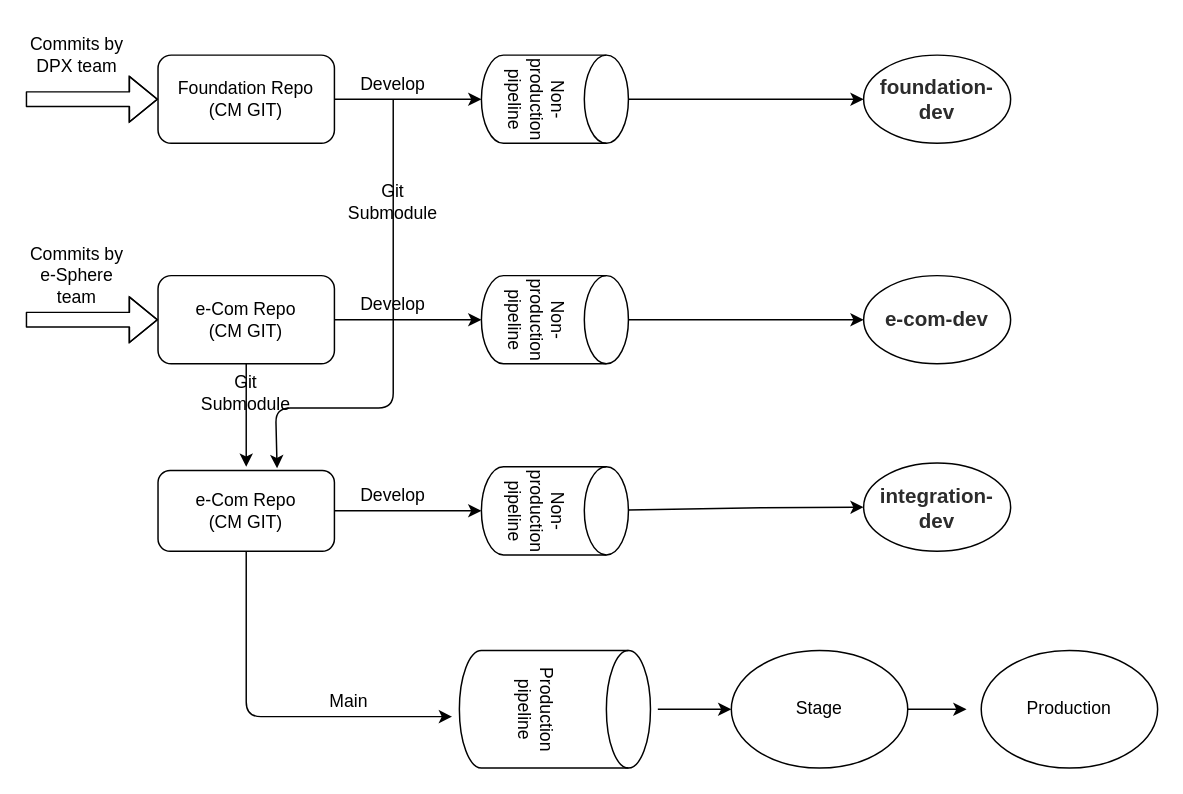
saurabh-khare/event-driven-microservices keeps this draw.io diagram as Untitled Diagram.drawio. Above is the earlier version. Source tidied: cells renumbered, new cells numbered last; positions are measured from the earlier drawing's top-left corner, leaving out a move shared by most shapes. Both pictures are drawn from the tidied source at 147%, with x=0, y=0 at pixel (25, 25).
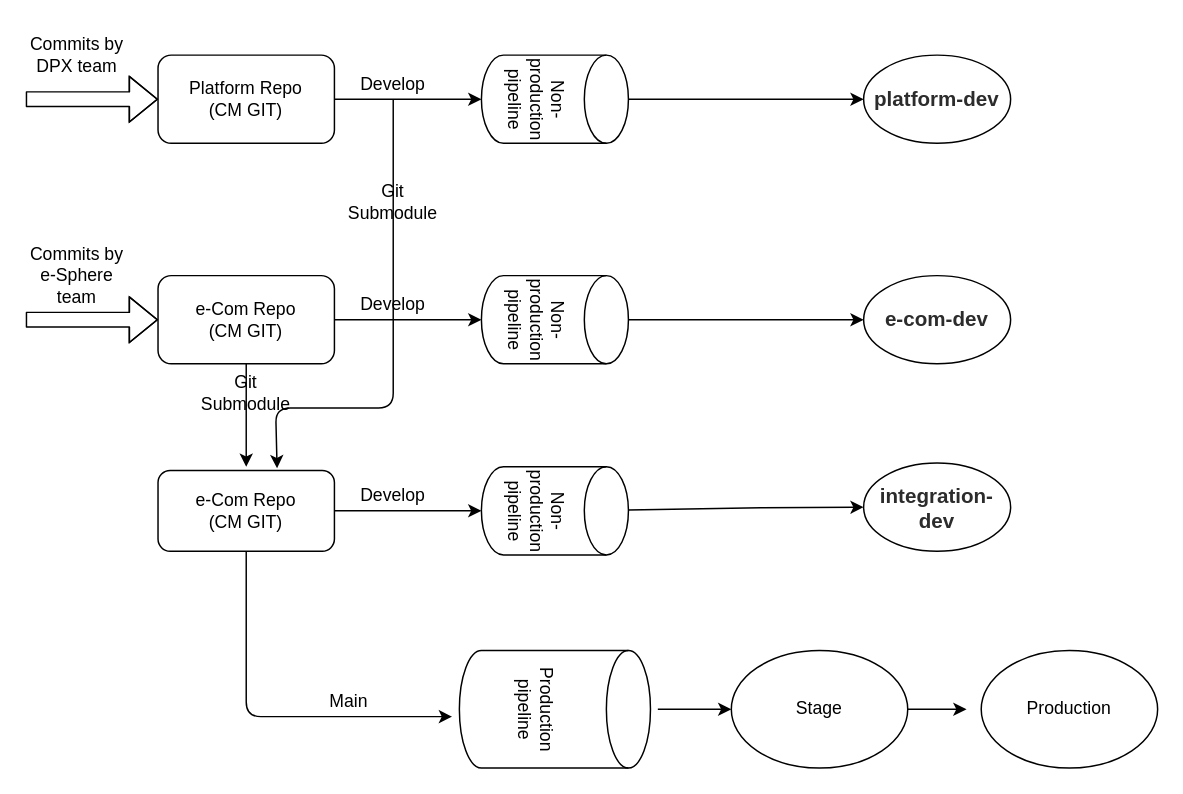
Above is the later version.

The edit, as a diff of the source:
```diff
@@
-    <mxCell id="2" value="Foundation Repo&lt;br&gt;(CM GIT)" style="rounded=1;whiteSpace=wrap;html=1;" parent="1" vertex="1">
+    <mxCell id="2" value="Platform Repo&lt;br&gt;(CM GIT)" style="rounded=1;whiteSpace=wrap;html=1;" parent="1" vertex="1">
       <mxGeometry x="90" y="20" width="120" height="60" as="geometry" />
     </mxCell>
@@
-    <mxCell id="15" value="&lt;span style=&quot;color: rgb(44 , 44 , 44) ; font-family: , &amp;#34;source sans pro&amp;#34; , , &amp;#34;blinkmacsystemfont&amp;#34; , &amp;#34;segoe ui&amp;#34; , &amp;#34;roboto&amp;#34; , sans-serif ; font-size: 14px ; font-weight: bold ; background-color: rgb(255 , 255 , 255)&quot;&gt;foundation-dev&lt;/span&gt;" style="ellipse;whiteSpace=wrap;html=1;" parent="1" vertex="1">
+    <mxCell id="15" value="&lt;span style=&quot;color: rgb(44 , 44 , 44) ; font-family: , &amp;#34;source sans pro&amp;#34; , , &amp;#34;blinkmacsystemfont&amp;#34; , &amp;#34;segoe ui&amp;#34; , &amp;#34;roboto&amp;#34; , sans-serif ; font-size: 14px ; font-weight: bold ; background-color: rgb(255 , 255 , 255)&quot;&gt;platform-dev&lt;/span&gt;" style="ellipse;whiteSpace=wrap;html=1;" parent="1" vertex="1">
       <mxGeometry x="570" y="20" width="100" height="60" as="geometry" />
     </mxCell>
```
